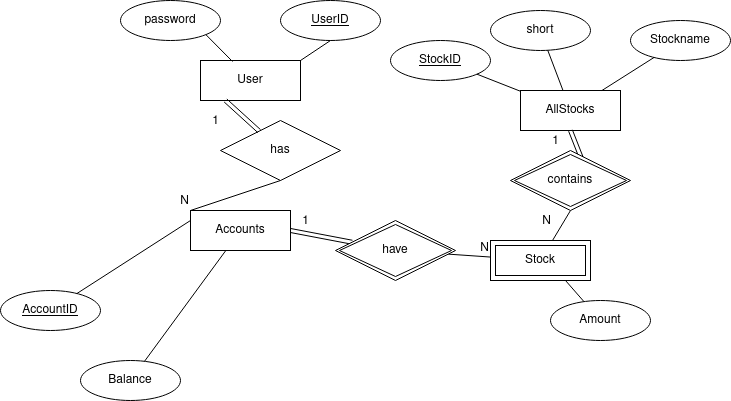
JakobHallin/DT058G keeps this draw.io diagram as ErDiagram.png. Above is the earlier version. Source tidied: cells renumbered, new cells last; positions are measured from the earlier drawing's top-left corner, leaving out a move shared by most shapes. The source it was exported from:
```xml
<mxGraphModel>
  <root>
    <mxCell id="0" />
    <mxCell id="1" parent="0" />
    <mxCell id="2" value="&lt;div&gt;User&lt;/div&gt;" style="whiteSpace=wrap;html=1;align=center;" parent="1" vertex="1">
      <mxGeometry x="200" y="60" width="100" height="40" as="geometry" />
    </mxCell>
    <mxCell id="3" value="Accounts" style="whiteSpace=wrap;html=1;align=center;" parent="1" vertex="1">
      <mxGeometry x="190" y="210" width="100" height="40" as="geometry" />
    </mxCell>
    <mxCell id="4" value="AllStocks" style="whiteSpace=wrap;html=1;align=center;" parent="1" vertex="1">
      <mxGeometry x="520" y="90" width="100" height="40" as="geometry" />
    </mxCell>
    <mxCell id="5" value="has" style="shape=rhombus;perimeter=rhombusPerimeter;whiteSpace=wrap;html=1;align=center;" parent="1" vertex="1">
      <mxGeometry x="220" y="120" width="120" height="60" as="geometry" />
    </mxCell>
    <mxCell id="6" style="endArrow=none;html=1;rounded=0;entryX=0;entryY=0;entryDx=0;entryDy=0;exitX=0.5;exitY=1;exitDx=0;exitDy=0;" parent="1" edge="1" source="5" target="3">
      <mxGeometry relative="1" as="geometry" />
    </mxCell>
    <mxCell id="7" value="N" style="html=1;whiteSpace=wrap;align=right;verticalAlign=bottom;" parent="6" vertex="1">
      <mxGeometry x="1" relative="1" as="geometry" />
    </mxCell>
    <mxCell id="8" style="endArrow=none;html=1;rounded=0;" parent="1" edge="1" source="29" target="28">
      <mxGeometry relative="1" as="geometry" />
    </mxCell>
    <mxCell id="9" value="N" style="html=1;whiteSpace=wrap;align=right;verticalAlign=bottom;" parent="8" vertex="1">
      <mxGeometry x="1" relative="1" as="geometry" />
    </mxCell>
    <mxCell id="10" style="shape=link;html=1;rounded=0;entryX=0.25;entryY=1;entryDx=0;entryDy=0;" parent="1" edge="1" source="5" target="2">
      <mxGeometry relative="1" as="geometry" />
    </mxCell>
    <mxCell id="11" value="1" style="html=1;whiteSpace=wrap;align=right;verticalAlign=bottom;" parent="10" vertex="1">
      <mxGeometry x="1" relative="1" as="geometry">
        <mxPoint x="-5" y="30" as="offset" />
      </mxGeometry>
    </mxCell>
    <mxCell id="12" style="shape=link;html=1;rounded=0;entryX=1;entryY=0.5;entryDx=0;entryDy=0;" parent="1" edge="1" source="29" target="3">
      <mxGeometry relative="1" as="geometry" />
    </mxCell>
    <mxCell id="13" value="1" style="html=1;whiteSpace=wrap;align=right;verticalAlign=bottom;" parent="12" vertex="1">
      <mxGeometry x="1" relative="1" as="geometry">
        <mxPoint x="20" as="offset" />
      </mxGeometry>
    </mxCell>
    <mxCell id="14" style="shape=link;html=1;rounded=0;entryX=0.5;entryY=1;entryDx=0;entryDy=0;exitX=0.592;exitY=0.133;exitDx=0;exitDy=0;exitPerimeter=0;" parent="1" edge="1" source="30" target="4">
      <mxGeometry relative="1" as="geometry" />
    </mxCell>
    <mxCell id="15" value="1" style="html=1;whiteSpace=wrap;align=right;verticalAlign=bottom;" parent="14" vertex="1">
      <mxGeometry x="1" relative="1" as="geometry">
        <mxPoint x="-10" y="20" as="offset" />
      </mxGeometry>
    </mxCell>
    <mxCell id="16" style="endArrow=none;html=1;rounded=0;exitX=0.5;exitY=1;exitDx=0;exitDy=0;" parent="1" edge="1" source="30" target="28">
      <mxGeometry relative="1" as="geometry" />
    </mxCell>
    <mxCell id="17" value="N" style="html=1;whiteSpace=wrap;align=right;verticalAlign=bottom;" parent="16" vertex="1">
      <mxGeometry x="1" relative="1" as="geometry">
        <mxPoint y="-10" as="offset" />
      </mxGeometry>
    </mxCell>
    <mxCell id="18" value="password" style="ellipse;whiteSpace=wrap;html=1;align=center;" parent="1" vertex="1">
      <mxGeometry x="120" width="100" height="40" as="geometry" />
    </mxCell>
    <mxCell id="19" value="UserID" style="ellipse;whiteSpace=wrap;html=1;align=center;fontStyle=4;" parent="1" vertex="1">
      <mxGeometry x="280" width="100" height="40" as="geometry" />
    </mxCell>
    <mxCell id="20" style="endArrow=none;html=1;rounded=0;exitX=1;exitY=0;exitDx=0;exitDy=0;entryX=0.5;entryY=1;entryDx=0;entryDy=0;" parent="1" edge="1" source="2" target="19">
      <mxGeometry relative="1" as="geometry" />
    </mxCell>
    <mxCell id="21" style="endArrow=none;html=1;rounded=0;exitX=1;exitY=1;exitDx=0;exitDy=0;entryX=0.32;entryY=0.025;entryDx=0;entryDy=0;entryPerimeter=0;" parent="1" edge="1" source="18" target="2">
      <mxGeometry relative="1" as="geometry" />
    </mxCell>
    <mxCell id="22" value="AccountID" style="ellipse;whiteSpace=wrap;html=1;align=center;fontStyle=4;" parent="1" vertex="1">
      <mxGeometry y="290" width="100" height="40" as="geometry" />
    </mxCell>
    <mxCell id="23" style="endArrow=none;html=1;rounded=0;entryX=0;entryY=0.25;entryDx=0;entryDy=0;" parent="1" edge="1" source="22" target="3">
      <mxGeometry relative="1" as="geometry" />
    </mxCell>
    <mxCell id="24" value="Balance" style="ellipse;whiteSpace=wrap;html=1;align=center;" parent="1" vertex="1">
      <mxGeometry x="80" y="360" width="100" height="40" as="geometry" />
    </mxCell>
    <mxCell id="25" style="endArrow=none;html=1;rounded=0;" parent="1" edge="1" source="24" target="3">
      <mxGeometry relative="1" as="geometry" />
    </mxCell>
    <mxCell id="26" value="Amount" style="ellipse;whiteSpace=wrap;html=1;align=center;" parent="1" vertex="1">
      <mxGeometry x="550" y="300" width="100" height="40" as="geometry" />
    </mxCell>
    <mxCell id="27" style="endArrow=none;html=1;rounded=0;entryX=0.75;entryY=1;entryDx=0;entryDy=0;" parent="1" edge="1" source="26" target="28">
      <mxGeometry relative="1" as="geometry" />
    </mxCell>
    <mxCell id="28" value="Stock" style="shape=ext;margin=3;double=1;whiteSpace=wrap;html=1;align=center;" parent="1" vertex="1">
      <mxGeometry x="490" y="240" width="100" height="40" as="geometry" />
    </mxCell>
    <mxCell id="29" value="have" style="shape=rhombus;double=1;perimeter=rhombusPerimeter;whiteSpace=wrap;html=1;align=center;" parent="1" vertex="1">
      <mxGeometry x="335" y="220" width="120" height="60" as="geometry" />
    </mxCell>
    <mxCell id="30" value="contains" style="shape=rhombus;double=1;perimeter=rhombusPerimeter;whiteSpace=wrap;html=1;align=center;" parent="1" vertex="1">
      <mxGeometry x="510" y="150" width="120" height="60" as="geometry" />
    </mxCell>
    <mxCell id="31" value="short" style="ellipse;whiteSpace=wrap;html=1;align=center;" parent="1" vertex="1">
      <mxGeometry x="490" y="10" width="100" height="40" as="geometry" />
    </mxCell>
    <mxCell id="32" value="Stockname" style="ellipse;whiteSpace=wrap;html=1;align=center;" parent="1" vertex="1">
      <mxGeometry x="630" y="20" width="100" height="40" as="geometry" />
    </mxCell>
    <mxCell id="33" value="StockID" style="ellipse;whiteSpace=wrap;html=1;align=center;fontStyle=4;" parent="1" vertex="1">
      <mxGeometry x="390" y="40" width="100" height="40" as="geometry" />
    </mxCell>
    <mxCell id="34" style="endArrow=none;html=1;rounded=0;" parent="1" edge="1" source="33" target="4">
      <mxGeometry relative="1" as="geometry" />
    </mxCell>
    <mxCell id="35" style="endArrow=none;html=1;rounded=0;" parent="1" edge="1" source="31" target="4">
      <mxGeometry relative="1" as="geometry" />
    </mxCell>
    <mxCell id="36" style="endArrow=none;html=1;rounded=0;" parent="1" edge="1" source="32" target="4">
      <mxGeometry relative="1" as="geometry" />
    </mxCell>
  </root>
</mxGraphModel>
```
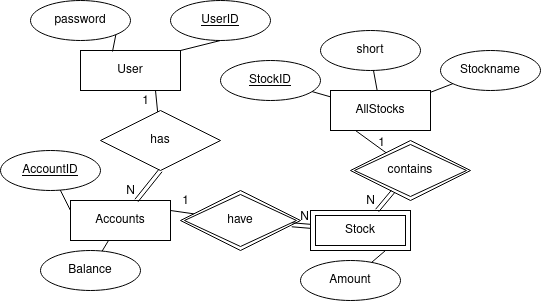
After the change.

Diff of the diagram source:
```diff
@@ -9,60 +9,16 @@
       <mxGeometry x="190" y="210" width="100" height="40" as="geometry" />
     </mxCell>
     <mxCell id="4" value="AllStocks" style="whiteSpace=wrap;html=1;align=center;" parent="1" vertex="1">
-      <mxGeometry x="520" y="90" width="100" height="40" as="geometry" />
+      <mxGeometry x="450" y="100" width="100" height="40" as="geometry" />
     </mxCell>
     <mxCell id="5" value="has" style="shape=rhombus;perimeter=rhombusPerimeter;whiteSpace=wrap;html=1;align=center;" parent="1" vertex="1">
       <mxGeometry x="220" y="120" width="120" height="60" as="geometry" />
     </mxCell>
-    <mxCell id="6" style="endArrow=none;html=1;rounded=0;entryX=0;entryY=0;entryDx=0;entryDy=0;exitX=0.5;exitY=1;exitDx=0;exitDy=0;" parent="1" edge="1" source="5" target="3">
-      <mxGeometry relative="1" as="geometry" />
-    </mxCell>
-    <mxCell id="7" value="N" style="html=1;whiteSpace=wrap;align=right;verticalAlign=bottom;" parent="6" vertex="1">
-      <mxGeometry x="1" relative="1" as="geometry" />
-    </mxCell>
-    <mxCell id="8" style="endArrow=none;html=1;rounded=0;" parent="1" edge="1" source="29" target="28">
-      <mxGeometry relative="1" as="geometry" />
-    </mxCell>
-    <mxCell id="9" value="N" style="html=1;whiteSpace=wrap;align=right;verticalAlign=bottom;" parent="8" vertex="1">
-      <mxGeometry x="1" relative="1" as="geometry" />
-    </mxCell>
-    <mxCell id="10" style="shape=link;html=1;rounded=0;entryX=0.25;entryY=1;entryDx=0;entryDy=0;" parent="1" edge="1" source="5" target="2">
-      <mxGeometry relative="1" as="geometry" />
-    </mxCell>
-    <mxCell id="11" value="1" style="html=1;whiteSpace=wrap;align=right;verticalAlign=bottom;" parent="10" vertex="1">
-      <mxGeometry x="1" relative="1" as="geometry">
-        <mxPoint x="-5" y="30" as="offset" />
-      </mxGeometry>
-    </mxCell>
-    <mxCell id="12" style="shape=link;html=1;rounded=0;entryX=1;entryY=0.5;entryDx=0;entryDy=0;" parent="1" edge="1" source="29" target="3">
-      <mxGeometry relative="1" as="geometry" />
-    </mxCell>
-    <mxCell id="13" value="1" style="html=1;whiteSpace=wrap;align=right;verticalAlign=bottom;" parent="12" vertex="1">
-      <mxGeometry x="1" relative="1" as="geometry">
-        <mxPoint x="20" as="offset" />
-      </mxGeometry>
-    </mxCell>
-    <mxCell id="14" style="shape=link;html=1;rounded=0;entryX=0.5;entryY=1;entryDx=0;entryDy=0;exitX=0.592;exitY=0.133;exitDx=0;exitDy=0;exitPerimeter=0;" parent="1" edge="1" source="30" target="4">
-      <mxGeometry relative="1" as="geometry" />
-    </mxCell>
-    <mxCell id="15" value="1" style="html=1;whiteSpace=wrap;align=right;verticalAlign=bottom;" parent="14" vertex="1">
-      <mxGeometry x="1" relative="1" as="geometry">
-        <mxPoint x="-10" y="20" as="offset" />
-      </mxGeometry>
-    </mxCell>
-    <mxCell id="16" style="endArrow=none;html=1;rounded=0;exitX=0.5;exitY=1;exitDx=0;exitDy=0;" parent="1" edge="1" source="30" target="28">
-      <mxGeometry relative="1" as="geometry" />
-    </mxCell>
-    <mxCell id="17" value="N" style="html=1;whiteSpace=wrap;align=right;verticalAlign=bottom;" parent="16" vertex="1">
-      <mxGeometry x="1" relative="1" as="geometry">
-        <mxPoint y="-10" as="offset" />
-      </mxGeometry>
-    </mxCell>
     <mxCell id="18" value="password" style="ellipse;whiteSpace=wrap;html=1;align=center;" parent="1" vertex="1">
-      <mxGeometry x="120" width="100" height="40" as="geometry" />
+      <mxGeometry x="150" y="10" width="100" height="40" as="geometry" />
     </mxCell>
     <mxCell id="19" value="UserID" style="ellipse;whiteSpace=wrap;html=1;align=center;fontStyle=4;" parent="1" vertex="1">
-      <mxGeometry x="280" width="100" height="40" as="geometry" />
+      <mxGeometry x="290" y="10" width="100" height="40" as="geometry" />
     </mxCell>
     <mxCell id="20" style="endArrow=none;html=1;rounded=0;exitX=1;exitY=0;exitDx=0;exitDy=0;entryX=0.5;entryY=1;entryDx=0;entryDy=0;" parent="1" edge="1" source="2" target="19">
       <mxGeometry relative="1" as="geometry" />
@@ -71,40 +27,40 @@
       <mxGeometry relative="1" as="geometry" />
     </mxCell>
     <mxCell id="22" value="AccountID" style="ellipse;whiteSpace=wrap;html=1;align=center;fontStyle=4;" parent="1" vertex="1">
-      <mxGeometry y="290" width="100" height="40" as="geometry" />
+      <mxGeometry x="120" y="160" width="100" height="40" as="geometry" />
     </mxCell>
     <mxCell id="23" style="endArrow=none;html=1;rounded=0;entryX=0;entryY=0.25;entryDx=0;entryDy=0;" parent="1" edge="1" source="22" target="3">
       <mxGeometry relative="1" as="geometry" />
     </mxCell>
     <mxCell id="24" value="Balance" style="ellipse;whiteSpace=wrap;html=1;align=center;" parent="1" vertex="1">
-      <mxGeometry x="80" y="360" width="100" height="40" as="geometry" />
+      <mxGeometry x="160" y="260" width="100" height="40" as="geometry" />
     </mxCell>
     <mxCell id="25" style="endArrow=none;html=1;rounded=0;" parent="1" edge="1" source="24" target="3">
       <mxGeometry relative="1" as="geometry" />
     </mxCell>
     <mxCell id="26" value="Amount" style="ellipse;whiteSpace=wrap;html=1;align=center;" parent="1" vertex="1">
-      <mxGeometry x="550" y="300" width="100" height="40" as="geometry" />
+      <mxGeometry x="420" y="270" width="100" height="40" as="geometry" />
     </mxCell>
     <mxCell id="27" style="endArrow=none;html=1;rounded=0;entryX=0.75;entryY=1;entryDx=0;entryDy=0;" parent="1" edge="1" source="26" target="28">
       <mxGeometry relative="1" as="geometry" />
     </mxCell>
     <mxCell id="28" value="Stock" style="shape=ext;margin=3;double=1;whiteSpace=wrap;html=1;align=center;" parent="1" vertex="1">
-      <mxGeometry x="490" y="240" width="100" height="40" as="geometry" />
+      <mxGeometry x="430" y="220" width="100" height="40" as="geometry" />
     </mxCell>
     <mxCell id="29" value="have" style="shape=rhombus;double=1;perimeter=rhombusPerimeter;whiteSpace=wrap;html=1;align=center;" parent="1" vertex="1">
-      <mxGeometry x="335" y="220" width="120" height="60" as="geometry" />
+      <mxGeometry x="300" y="200" width="120" height="60" as="geometry" />
     </mxCell>
     <mxCell id="30" value="contains" style="shape=rhombus;double=1;perimeter=rhombusPerimeter;whiteSpace=wrap;html=1;align=center;" parent="1" vertex="1">
-      <mxGeometry x="510" y="150" width="120" height="60" as="geometry" />
+      <mxGeometry x="470" y="150" width="120" height="60" as="geometry" />
     </mxCell>
     <mxCell id="31" value="short" style="ellipse;whiteSpace=wrap;html=1;align=center;" parent="1" vertex="1">
-      <mxGeometry x="490" y="10" width="100" height="40" as="geometry" />
+      <mxGeometry x="440" y="40" width="100" height="40" as="geometry" />
     </mxCell>
     <mxCell id="32" value="Stockname" style="ellipse;whiteSpace=wrap;html=1;align=center;" parent="1" vertex="1">
-      <mxGeometry x="630" y="20" width="100" height="40" as="geometry" />
+      <mxGeometry x="560" y="60" width="100" height="40" as="geometry" />
     </mxCell>
     <mxCell id="33" value="StockID" style="ellipse;whiteSpace=wrap;html=1;align=center;fontStyle=4;" parent="1" vertex="1">
-      <mxGeometry x="390" y="40" width="100" height="40" as="geometry" />
+      <mxGeometry x="340" y="70" width="100" height="40" as="geometry" />
     </mxCell>
     <mxCell id="34" style="endArrow=none;html=1;rounded=0;" parent="1" edge="1" source="33" target="4">
       <mxGeometry relative="1" as="geometry" />
@@ -115,5 +71,45 @@
     <mxCell id="36" style="endArrow=none;html=1;rounded=0;" parent="1" edge="1" source="32" target="4">
       <mxGeometry relative="1" as="geometry" />
     </mxCell>
+    <mxCell id="37" style="endArrow=none;html=1;rounded=0;exitX=1;exitY=0.25;exitDx=0;exitDy=0;" parent="1" edge="1" source="3" target="29">
+      <mxGeometry relative="1" as="geometry" />
+    </mxCell>
+    <mxCell id="38" value="1" style="html=1;whiteSpace=wrap;align=right;verticalAlign=bottom;" parent="37" vertex="1">
+      <mxGeometry x="1" relative="1" as="geometry">
+        <mxPoint x="-4" y="-3" as="offset" />
+      </mxGeometry>
+    </mxCell>
+    <mxCell id="6" style="shape=link;html=1;rounded=0;exitX=0.5;exitY=1;exitDx=0;exitDy=0;" parent="1" edge="1" source="5" target="3">
+      <mxGeometry relative="1" as="geometry" />
+    </mxCell>
+    <mxCell id="39" value="N" style="html=1;whiteSpace=wrap;align=right;verticalAlign=bottom;" parent="6" vertex="1">
+      <mxGeometry x="1" relative="1" as="geometry" />
+    </mxCell>
+    <mxCell id="10" style="endArrow=none;html=1;rounded=0;entryX=0.75;entryY=1;entryDx=0;entryDy=0;" parent="1" edge="1" source="5" target="2">
+      <mxGeometry relative="1" as="geometry" />
+    </mxCell>
+    <mxCell id="40" value="1" style="html=1;whiteSpace=wrap;align=right;verticalAlign=bottom;" parent="10" vertex="1">
+      <mxGeometry x="1" relative="1" as="geometry">
+        <mxPoint x="-5" y="20" as="offset" />
+      </mxGeometry>
+    </mxCell>
+    <mxCell id="16" style="shape=link;html=1;rounded=0;" parent="1" edge="1" source="30" target="28">
+      <mxGeometry relative="1" as="geometry" />
+    </mxCell>
+    <mxCell id="41" value="N" style="html=1;whiteSpace=wrap;align=right;verticalAlign=bottom;" parent="16" vertex="1">
+      <mxGeometry x="1" relative="1" as="geometry" />
+    </mxCell>
+    <mxCell id="8" style="shape=link;html=1;rounded=0;" parent="1" edge="1" source="29" target="28">
+      <mxGeometry relative="1" as="geometry" />
+    </mxCell>
+    <mxCell id="42" value="N" style="html=1;whiteSpace=wrap;align=right;verticalAlign=bottom;" parent="8" vertex="1">
+      <mxGeometry x="1" relative="1" as="geometry" />
+    </mxCell>
+    <mxCell id="43" style="endArrow=none;html=1;rounded=0;exitX=0.25;exitY=1;exitDx=0;exitDy=0;" parent="1" edge="1" source="4" target="30">
+      <mxGeometry relative="1" as="geometry" />
+    </mxCell>
+    <mxCell id="44" value="1" style="html=1;whiteSpace=wrap;align=right;verticalAlign=bottom;" parent="43" vertex="1">
+      <mxGeometry x="1" relative="1" as="geometry" />
+    </mxCell>
   </root>
 </mxGraphModel>
```
